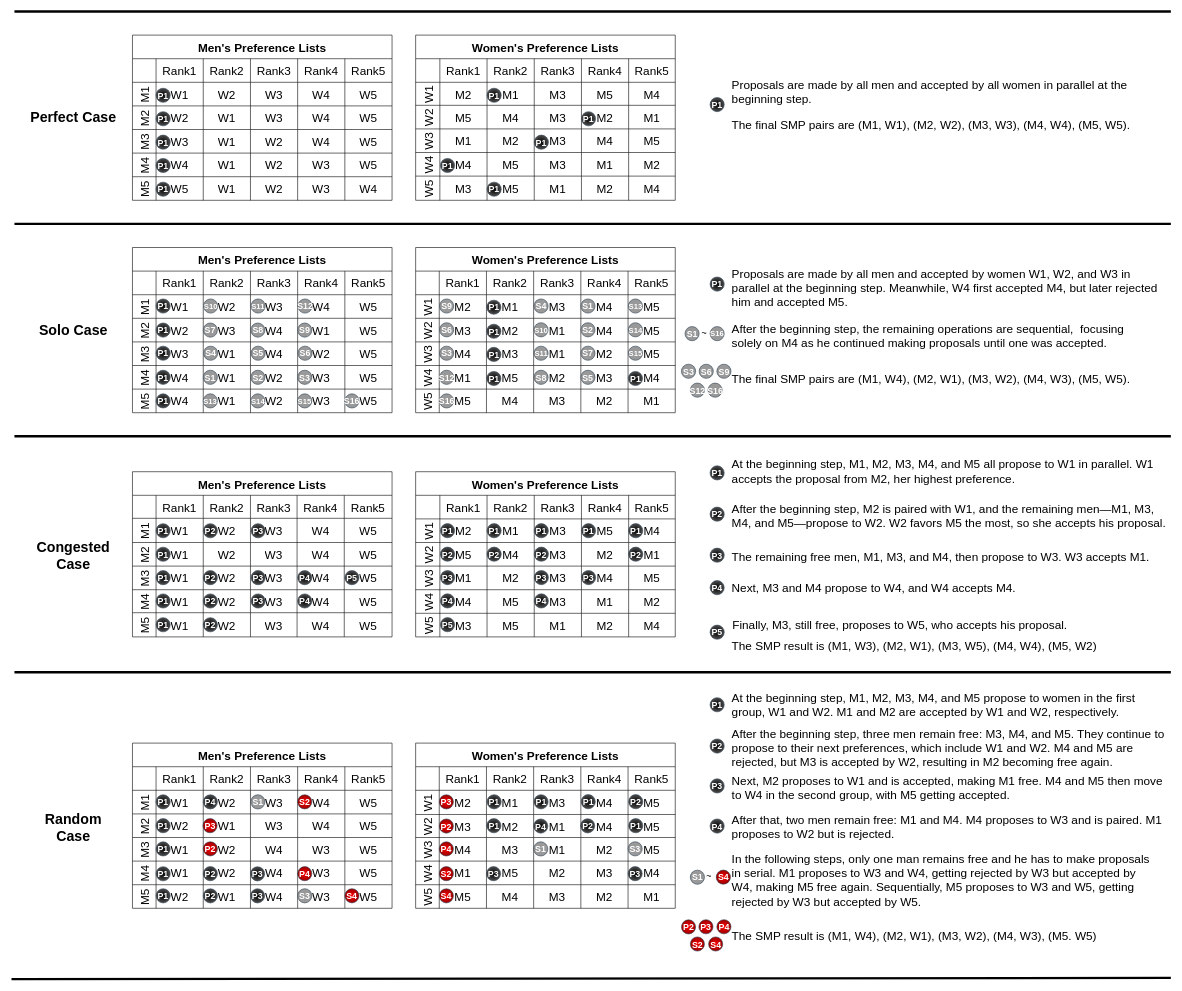
This is MoreWorkloads.drawio from victorliu-sq/BambooSMP-Figures, a draw.io file, before an edit. Source tidied: cells renumbered, new cells numbered last; positions are measured from the earlier drawing's top-left corner, leaving out a move shared by most shapes. Both pictures are drawn from the tidied source at 59%, with x=0, y=0 at pixel (11, 11).
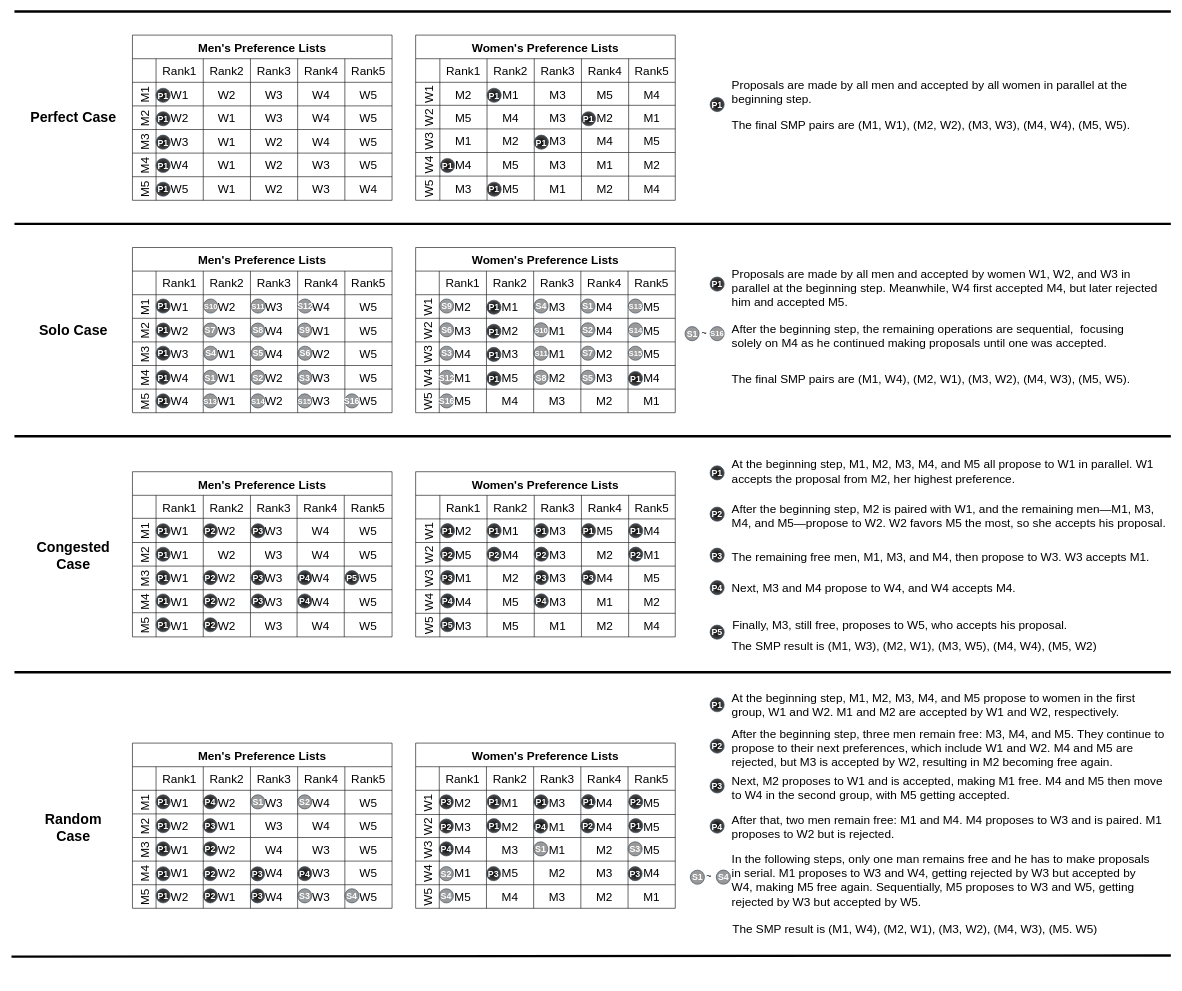
After the change.

Change to the diagram source:
```diff
@@
-    <mxCell id="390" value="P2" style="ellipse;whiteSpace=wrap;html=1;strokeColor=#314354;align=center;verticalAlign=middle;fontFamily=Helvetica;fontSize=15;fillColor=#FF0000;fontColor=#FFFFFF;fillStyle=solid;strokeWidth=1;fontStyle=1;gradientColor=#990000;gradientDirection=radial;" parent="1" vertex="1">
+    <mxCell id="390" value="P2" style="ellipse;whiteSpace=wrap;html=1;strokeColor=#314354;align=center;verticalAlign=middle;fontFamily=Helvetica;fontSize=15;fillColor=#000000;fontColor=#ffffff;fillStyle=solid;strokeWidth=1;fontStyle=1;gradientColor=#4D4D4D;gradientDirection=radial;" parent="1" vertex="1">
       <mxGeometry x="325" y="1407.2" width="24" height="24" as="geometry" />
     </mxCell>
@@
-    <mxCell id="399" value="P4" style="ellipse;whiteSpace=wrap;html=1;strokeColor=#314354;align=center;verticalAlign=middle;fontFamily=Helvetica;fontSize=15;fillColor=#FF0000;fontColor=#FFFFFF;fillStyle=solid;strokeWidth=1;fontStyle=1;gradientColor=#990000;gradientDirection=radial;" parent="1" vertex="1">
+    <mxCell id="399" value="P4" style="ellipse;whiteSpace=wrap;html=1;strokeColor=#314354;align=center;verticalAlign=middle;fontFamily=Helvetica;fontSize=15;fillColor=#000000;fontColor=#ffffff;fillStyle=solid;strokeWidth=1;fontStyle=1;gradientColor=#4D4D4D;gradientDirection=radial;" parent="1" vertex="1">
       <mxGeometry x="485" y="1449.3" width="24" height="24" as="geometry" />
     </mxCell>
-    <mxCell id="400" value="S4" style="ellipse;whiteSpace=wrap;html=1;strokeColor=#314354;align=center;verticalAlign=middle;fontFamily=Helvetica;fontSize=15;fillColor=#FF0000;fontColor=#FFFFFF;fillStyle=solid;strokeWidth=1;fontStyle=1;gradientColor=#990000;gradientDirection=radial;" parent="1" vertex="1">
+    <mxCell id="400" value="S4" style="ellipse;whiteSpace=wrap;html=1;strokeColor=#314354;align=center;verticalAlign=middle;fontFamily=Helvetica;fontSize=15;fillColor=#999999;fontColor=#ffffff;fillStyle=solid;strokeWidth=1;fontStyle=1;gradientColor=none;gradientDirection=radial;" parent="1" vertex="1">
       <mxGeometry x="565" y="1486.8" width="24" height="24" as="geometry" />
     </mxCell>
@@
     <mxCell id="408" style="endArrow=none;html=1;rounded=0;strokeWidth=4;" parent="1" edge="1">
       <mxGeometry relative="1" as="geometry">
-        <mxPoint y="1640" as="sourcePoint" />
-        <mxPoint x="1965" y="1638" as="targetPoint" />
+        <mxPoint y="1602" as="sourcePoint" />
+        <mxPoint x="1965" y="1600" as="targetPoint" />
       </mxGeometry>
     </mxCell>
@@
-    <mxCell id="410" value="S3" style="ellipse;whiteSpace=wrap;html=1;strokeColor=#314354;align=center;verticalAlign=middle;fontFamily=Helvetica;fontSize=15;fillColor=#999999;fontColor=#ffffff;gradientColor=none;fillStyle=solid;strokeWidth=1;fontStyle=1;gradientDirection=radial;" parent="1" vertex="1">
-      <mxGeometry x="1135.5" y="597.8" width="24" height="24" as="geometry" />
-    </mxCell>
-    <mxCell id="411" value="S6" style="ellipse;whiteSpace=wrap;html=1;strokeColor=#314354;align=center;verticalAlign=middle;fontFamily=Helvetica;fontSize=15;fillColor=#999999;fontColor=#ffffff;gradientColor=none;fillStyle=solid;strokeWidth=1;fontStyle=1;gradientDirection=radial;" parent="1" vertex="1">
-      <mxGeometry x="1165.5" y="597.8" width="24" height="24" as="geometry" />
-    </mxCell>
-    <mxCell id="412" value="S9" style="ellipse;whiteSpace=wrap;html=1;strokeColor=#314354;align=center;verticalAlign=middle;fontFamily=Helvetica;fontSize=15;fillColor=#999999;fontColor=#ffffff;gradientColor=none;fillStyle=solid;strokeWidth=1;fontStyle=1;gradientDirection=radial;" parent="1" vertex="1">
-      <mxGeometry x="1195.5" y="597.8" width="24" height="24" as="geometry" />
-    </mxCell>
-    <mxCell id="413" value="S12" style="ellipse;whiteSpace=wrap;html=1;strokeColor=#314354;align=center;verticalAlign=middle;fontFamily=Helvetica;fontSize=15;fillColor=#999999;fontColor=#ffffff;gradientColor=none;fillStyle=solid;strokeWidth=1;fontStyle=1;gradientDirection=radial;" parent="1" vertex="1">
-      <mxGeometry x="1150.5" y="629.8" width="24" height="24" as="geometry" />
-    </mxCell>
-    <mxCell id="414" value="S16" style="ellipse;whiteSpace=wrap;html=1;strokeColor=#314354;align=center;verticalAlign=middle;fontFamily=Helvetica;fontSize=15;fillColor=#999999;fontColor=#ffffff;gradientColor=none;fillStyle=solid;strokeWidth=1;fontStyle=1;gradientDirection=radial;" parent="1" vertex="1">
-      <mxGeometry x="1180.5" y="629.8" width="24" height="24" as="geometry" />
-    </mxCell>
@@
-    <mxCell id="416" value="P2" style="ellipse;whiteSpace=wrap;html=1;strokeColor=#314354;align=center;verticalAlign=middle;fontFamily=Helvetica;fontSize=15;fillColor=#FF0000;fontColor=#FFFFFF;fillStyle=solid;strokeWidth=1;fontStyle=1;gradientColor=#990000;gradientDirection=radial;" parent="1" vertex="1">
+    <mxCell id="416" value="P2" style="ellipse;whiteSpace=wrap;html=1;strokeColor=#314354;align=center;verticalAlign=middle;fontFamily=Helvetica;fontSize=15;fillColor=#000000;fontColor=#ffffff;fillStyle=solid;strokeWidth=1;fontStyle=1;gradientColor=#4D4D4D;gradientDirection=radial;" parent="1" vertex="1">
       <mxGeometry x="725" y="1368.6" width="24" height="24" as="geometry" />
     </mxCell>
@@
-    <mxCell id="418" value="P3" style="ellipse;whiteSpace=wrap;html=1;strokeColor=#314354;align=center;verticalAlign=middle;fontFamily=Helvetica;fontSize=15;fillColor=#FF0000;fontColor=#FFFFFF;fillStyle=solid;strokeWidth=1;fontStyle=1;gradientColor=#990000;gradientDirection=radial;" parent="1" vertex="1">
+    <mxCell id="418" value="P3" style="ellipse;whiteSpace=wrap;html=1;strokeColor=#314354;align=center;verticalAlign=middle;fontFamily=Helvetica;fontSize=15;fillColor=#000000;fontColor=#ffffff;fillStyle=solid;strokeWidth=1;fontStyle=1;gradientColor=#4D4D4D;gradientDirection=radial;" parent="1" vertex="1">
       <mxGeometry x="324.5" y="1368" width="24" height="24" as="geometry" />
     </mxCell>
-    <mxCell id="419" value="P3" style="ellipse;whiteSpace=wrap;html=1;strokeColor=#314354;align=center;verticalAlign=middle;fontFamily=Helvetica;fontSize=15;fillColor=#FF0000;fontColor=#FFFFFF;fillStyle=solid;strokeWidth=1;fontStyle=1;gradientColor=#990000;gradientDirection=radial;" parent="1" vertex="1">
+    <mxCell id="419" value="P3" style="ellipse;whiteSpace=wrap;html=1;strokeColor=#314354;align=center;verticalAlign=middle;fontFamily=Helvetica;fontSize=15;fillColor=#000000;fontColor=#ffffff;fillStyle=solid;strokeWidth=1;fontStyle=1;gradientColor=#4D4D4D;gradientDirection=radial;" parent="1" vertex="1">
       <mxGeometry x="725" y="1327.6" width="24" height="24" as="geometry" />
     </mxCell>
@@
-    <mxCell id="423" value="P4" style="ellipse;whiteSpace=wrap;html=1;strokeColor=#314354;align=center;verticalAlign=middle;fontFamily=Helvetica;fontSize=15;fillColor=#FF0000;fontColor=#FFFFFF;fillStyle=solid;strokeWidth=1;fontStyle=1;gradientColor=#990000;gradientDirection=radial;" parent="1" vertex="1">
+    <mxCell id="423" value="P4" style="ellipse;whiteSpace=wrap;html=1;strokeColor=#314354;align=center;verticalAlign=middle;fontFamily=Helvetica;fontSize=15;fillColor=#000000;fontColor=#ffffff;fillStyle=solid;strokeWidth=1;fontStyle=1;gradientColor=#4D4D4D;gradientDirection=radial;" parent="1" vertex="1">
       <mxGeometry x="725" y="1407.3" width="24" height="24" as="geometry" />
     </mxCell>
@@
-    <mxCell id="427" value="S2" style="ellipse;whiteSpace=wrap;html=1;strokeColor=#314354;align=center;verticalAlign=middle;fontFamily=Helvetica;fontSize=15;fillColor=#FF0000;fontColor=#FFFFFF;fontStyle=1;fillStyle=solid;strokeWidth=1;gradientColor=#990000;gradientDirection=radial;" parent="1" vertex="1">
+    <mxCell id="427" value="S2" style="ellipse;whiteSpace=wrap;html=1;strokeColor=#314354;align=center;verticalAlign=middle;fontFamily=Helvetica;fontSize=15;fillColor=#999999;fontColor=#ffffff;fontStyle=1;fillStyle=solid;strokeWidth=1;gradientColor=none;gradientDirection=radial;" parent="1" vertex="1">
       <mxGeometry x="485" y="1327.6" width="24" height="24" as="geometry" />
     </mxCell>
@@
-    <mxCell id="431" value="S2" style="ellipse;whiteSpace=wrap;html=1;strokeColor=#314354;align=center;verticalAlign=middle;fontFamily=Helvetica;fontSize=15;fillColor=#FF0000;fontColor=#FFFFFF;fontStyle=1;fillStyle=solid;strokeWidth=1;gradientColor=#990000;gradientDirection=radial;" parent="1" vertex="1">
+    <mxCell id="431" value="S2" style="ellipse;whiteSpace=wrap;html=1;strokeColor=#314354;align=center;verticalAlign=middle;fontFamily=Helvetica;fontSize=15;fillColor=#999999;fontColor=#ffffff;fontStyle=1;fillStyle=solid;strokeWidth=1;gradientColor=none;gradientDirection=radial;" parent="1" vertex="1">
       <mxGeometry x="725" y="1449.3" width="24" height="24" as="geometry" />
     </mxCell>
@@
-    <mxCell id="434" value="S4" style="ellipse;whiteSpace=wrap;html=1;strokeColor=#314354;align=center;verticalAlign=middle;fontFamily=Helvetica;fontSize=15;fillColor=#FF0000;fontColor=#FFFFFF;fillStyle=solid;strokeWidth=1;fontStyle=1;gradientColor=#990000;gradientDirection=radial;" parent="1" vertex="1">
+    <mxCell id="434" value="S4" style="ellipse;whiteSpace=wrap;html=1;strokeColor=#314354;align=center;verticalAlign=middle;fontFamily=Helvetica;fontSize=15;fillColor=#999999;fontColor=#ffffff;fillStyle=solid;strokeWidth=1;fontStyle=1;gradientColor=none;gradientDirection=radial;" parent="1" vertex="1">
       <mxGeometry x="725" y="1486.9" width="24" height="24" as="geometry" />
     </mxCell>
@@
-    <mxCell id="439" value="P2" style="ellipse;whiteSpace=wrap;html=1;strokeColor=#314354;align=center;verticalAlign=middle;fontFamily=Helvetica;fontSize=15;fillColor=#FF0000;fontColor=#FFFFFF;fillStyle=solid;strokeWidth=1;fontStyle=1;gradientColor=#990000;gradientDirection=radial;" parent="1" vertex="1">
-      <mxGeometry x="1135.5" y="1539.5" width="24" height="24" as="geometry" />
-    </mxCell>
@@
-    <mxCell id="441" value="P3" style="ellipse;whiteSpace=wrap;html=1;strokeColor=#314354;align=center;verticalAlign=middle;fontFamily=Helvetica;fontSize=15;fillColor=#FF0000;fontColor=#FFFFFF;fillStyle=solid;strokeWidth=1;fontStyle=1;gradientColor=#990000;gradientDirection=radial;" parent="1" vertex="1">
-      <mxGeometry x="1165" y="1539.3" width="24" height="24" as="geometry" />
-    </mxCell>
@@
-    <mxCell id="443" value="P4" style="ellipse;whiteSpace=wrap;html=1;strokeColor=#314354;align=center;verticalAlign=middle;fontFamily=Helvetica;fontSize=15;fillColor=#FF0000;fontColor=#FFFFFF;fillStyle=solid;strokeWidth=1;fontStyle=1;gradientColor=#990000;gradientDirection=radial;" parent="1" vertex="1">
-      <mxGeometry x="1195.5" y="1539.3" width="24" height="24" as="geometry" />
-    </mxCell>
@@
-    <mxCell id="445" value="S4" style="ellipse;whiteSpace=wrap;html=1;strokeColor=#314354;align=center;verticalAlign=middle;fontFamily=Helvetica;fontSize=15;fillColor=#FF0000;fontColor=#FFFFFF;fillStyle=solid;strokeWidth=1;fontStyle=1;gradientColor=#990000;gradientDirection=radial;" parent="1" vertex="1">
+    <mxCell id="445" value="S4" style="ellipse;whiteSpace=wrap;html=1;strokeColor=#314354;align=center;verticalAlign=middle;fontFamily=Helvetica;fontSize=15;fillColor=#999999;fontColor=#ffffff;fillStyle=solid;strokeWidth=1;fontStyle=1;gradientColor=none;gradientDirection=radial;" parent="1" vertex="1">
       <mxGeometry x="1194.5" y="1455.2" width="24" height="24" as="geometry" />
     </mxCell>
@@
-    <mxCell id="447" value="S2" style="ellipse;whiteSpace=wrap;html=1;strokeColor=#314354;align=center;verticalAlign=middle;fontFamily=Helvetica;fontSize=15;fillColor=#FF0000;fontColor=#FFFFFF;fontStyle=1;fillStyle=solid;strokeWidth=1;gradientColor=#990000;gradientDirection=radial;" parent="1" vertex="1">
-      <mxGeometry x="1150.5" y="1568.5" width="24" height="24" as="geometry" />
-    </mxCell>
-    <mxCell id="448" value="S4" style="ellipse;whiteSpace=wrap;html=1;strokeColor=#314354;align=center;verticalAlign=middle;fontFamily=Helvetica;fontSize=15;fillColor=#FF0000;fontColor=#FFFFFF;fillStyle=solid;strokeWidth=1;fontStyle=1;gradientColor=#990000;gradientDirection=radial;" parent="1" vertex="1">
-      <mxGeometry x="1181.5" y="1568.5" width="24" height="24" as="geometry" />
-    </mxCell>
@@
     <mxCell id="464" value="&lt;p style=&quot;font-size: 20px;&quot;&gt;The SMP result is (M1, W4), (M2, W1), (M3, W2), (M4, W3), (M5. W5)&lt;br style=&quot;font-size: 20px;&quot;&gt;&lt;/p&gt;" style="text;strokeColor=none;align=left;fillColor=none;html=1;verticalAlign=middle;whiteSpace=wrap;rounded=0;fontFamily=Helvetica;fontSize=20;fontColor=default;" parent="1" vertex="1">
-      <mxGeometry x="1218.5" y="1550.9" width="640.5" height="30" as="geometry" />
+      <mxGeometry x="1219.5" y="1540" width="640.5" height="30" as="geometry" />
     </mxCell>
```
